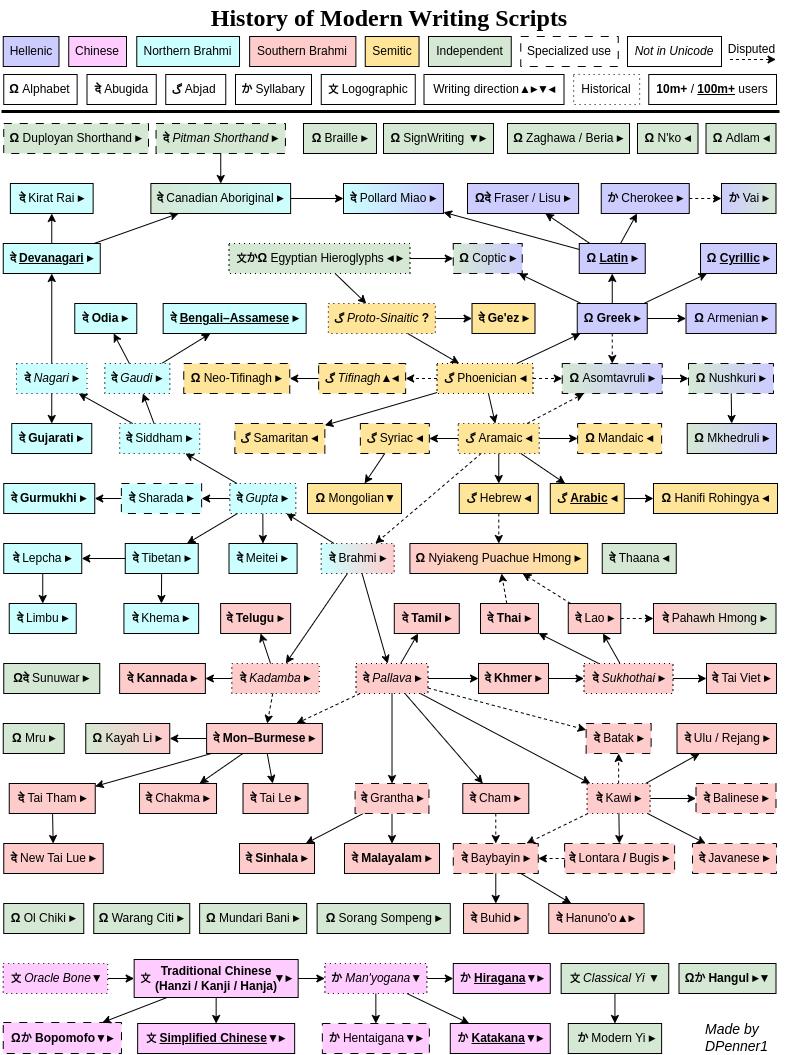
Before: Modern Script History.png, a diagram exported from draw.io (DPenner1/WritingSystemHistory). Source tidied: cells renumbered, new cells last; positions are measured from the earlier drawing's top-left corner, leaving out a move shared by most shapes.
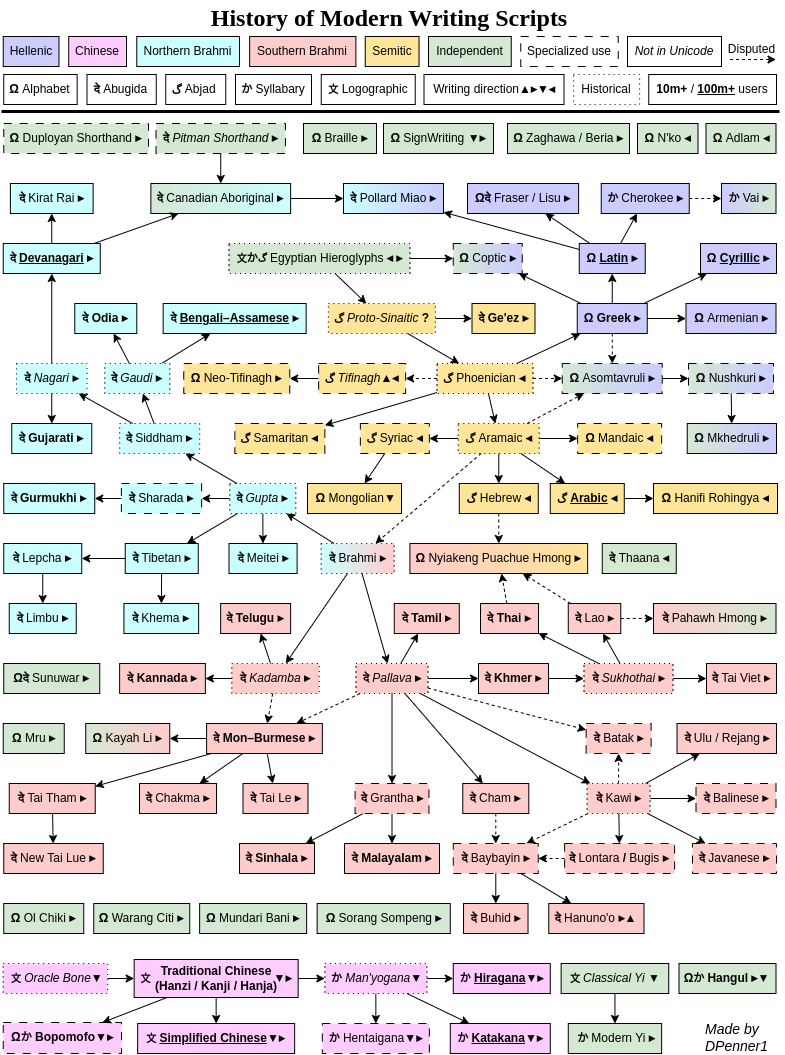
The same file after the commit.

Commit message:
sync a few things from All Scripts to Modern

The edit, as a diff of the source:
```diff
@@ -5,7 +5,7 @@
     <mxCell id="2" value="&lt;b&gt;Ω&amp;nbsp;&lt;/b&gt;&lt;u&gt;Latin&lt;/u&gt;&amp;nbsp;▸" style="whiteSpace=wrap;html=1;fontStyle=1;fillColor=#CCCCFF;" parent="1" vertex="1">
       <mxGeometry x="577.8" y="243" width="66" height="30" as="geometry" />
     </mxCell>
-    <mxCell id="3" value="&lt;font style=&quot;font-weight: 700; font-size: 10px;&quot;&gt;文&lt;/font&gt;&lt;span style=&quot;font-size: 11px; font-weight: 700;&quot;&gt;か&lt;/span&gt;&lt;b&gt;Ω&lt;/b&gt;&lt;span style=&quot;font-weight: 700;&quot;&gt;&amp;nbsp;&lt;/span&gt;Egyptian Hieroglyphs&amp;nbsp;&lt;b&gt;◂&amp;nbsp;&lt;/b&gt;&lt;b&gt;▸&lt;/b&gt;" style="whiteSpace=wrap;html=1;dashed=1;dashPattern=1 4;fillColor=#D5E8D4;" parent="1" vertex="1">
+    <mxCell id="3" value="&lt;font style=&quot;font-weight: 700; font-size: 10px;&quot;&gt;文&lt;/font&gt;&lt;span style=&quot;font-size: 11px; font-weight: 700;&quot;&gt;か&lt;/span&gt;&lt;span style=&quot;font-weight: 700;&quot;&gt;&lt;font style=&quot;font-size: 10px;&quot;&gt;گ&lt;/font&gt;&lt;/span&gt;&lt;span style=&quot;font-weight: 700;&quot;&gt;&amp;nbsp;&lt;/span&gt;Egyptian Hieroglyphs&amp;nbsp;&lt;b&gt;◂&amp;nbsp;&lt;/b&gt;&lt;b&gt;▸&lt;/b&gt;" style="whiteSpace=wrap;html=1;dashed=1;dashPattern=1 4;fillColor=#D5E8D4;" parent="1" vertex="1">
       <mxGeometry x="227.5" y="243" width="181" height="30" as="geometry" />
     </mxCell>
     <mxCell id="4" style="endArrow=classic;html=1;" parent="1" edge="1" source="3" target="5">
@@ -311,7 +311,7 @@
     <mxCell id="104" style="endArrow=classic;html=1;" parent="1" edge="1" source="35" target="103">
       <mxGeometry x="691" y="770" as="geometry" />
     </mxCell>
-    <mxCell id="105" value="&lt;b&gt;दे&amp;nbsp;&lt;/b&gt;Hanuno'o▲&lt;span style=&quot;font-weight: 700;&quot;&gt;▸&lt;/span&gt;" style="whiteSpace=wrap;html=1;fillColor=#FFCCCC;" parent="1" vertex="1">
+    <mxCell id="105" value="&lt;b&gt;दे&amp;nbsp;&lt;/b&gt;Hanuno'o&amp;nbsp;&lt;span style=&quot;font-weight: 700;&quot;&gt;▸&lt;/span&gt;▲" style="whiteSpace=wrap;html=1;fillColor=#FFCCCC;" parent="1" vertex="1">
       <mxGeometry x="547.2" y="903" width="95.2" height="30" as="geometry" />
     </mxCell>
     <mxCell id="106" value="&lt;b&gt;दे&lt;/b&gt;&lt;b style=&quot;font-size: 11px;&quot;&gt;&amp;nbsp;&lt;/b&gt;Pahawh Hmong&amp;nbsp;&lt;span style=&quot;font-weight: 700;&quot;&gt;▸&lt;/span&gt;" style="whiteSpace=wrap;html=1;fillColor=#FFCCCC;gradientColor=#D5E8D4;gradientDirection=east;" parent="1" vertex="1">
```
